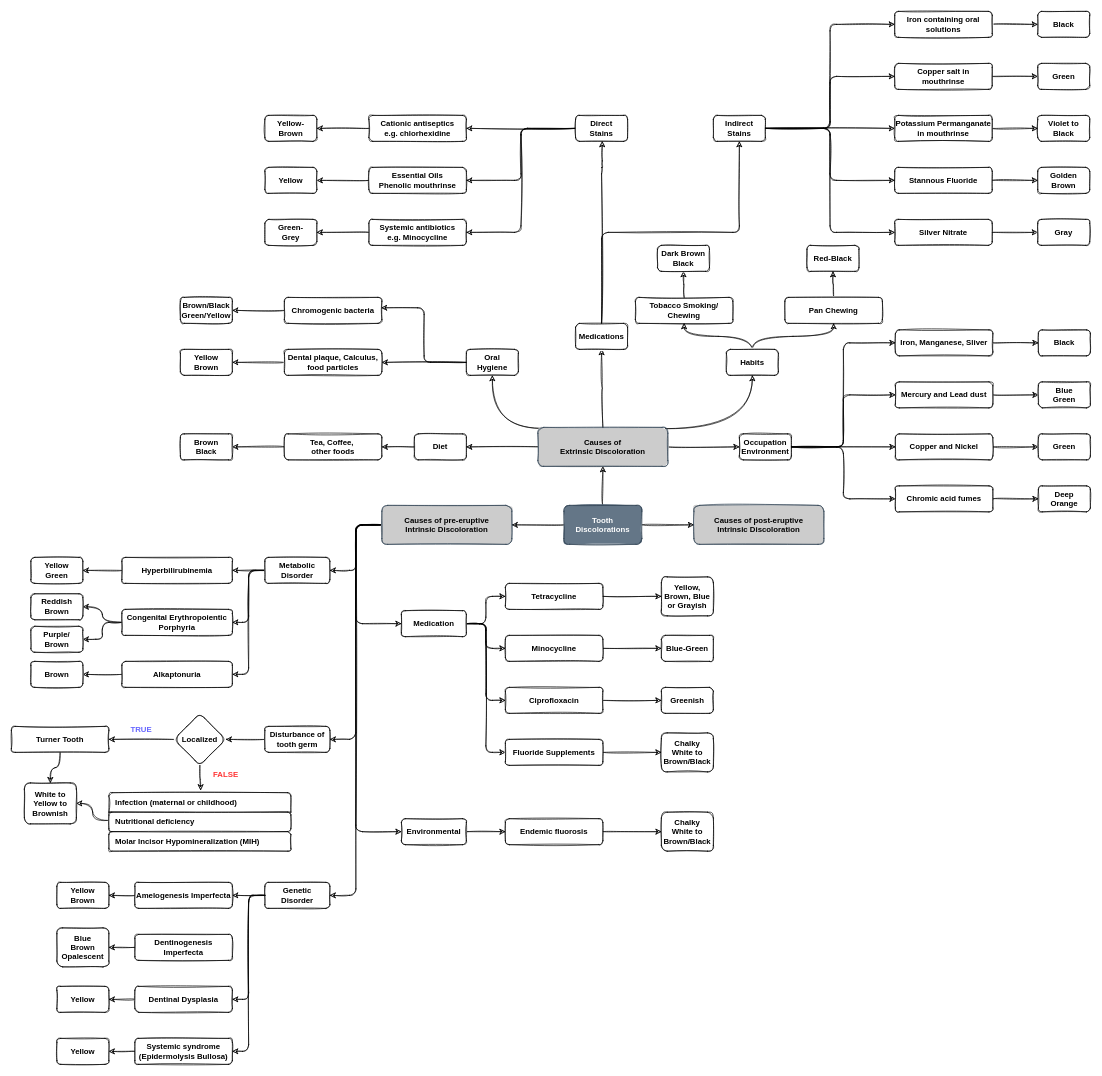
The draw.io diagram page "Etiology" (2 of 2) of Tooth Discolorations.drawio in Muhammad-Nabeel-Sh/Clinical-Decision-Making, before the edit. Source tidied: cells renumbered, new cells numbered last; positions are measured from the earlier drawing's top-left corner, leaving out a move shared by most shapes. Both pictures are drawn from the tidied source at 65%, with x=0, y=0 at pixel (11, 11).
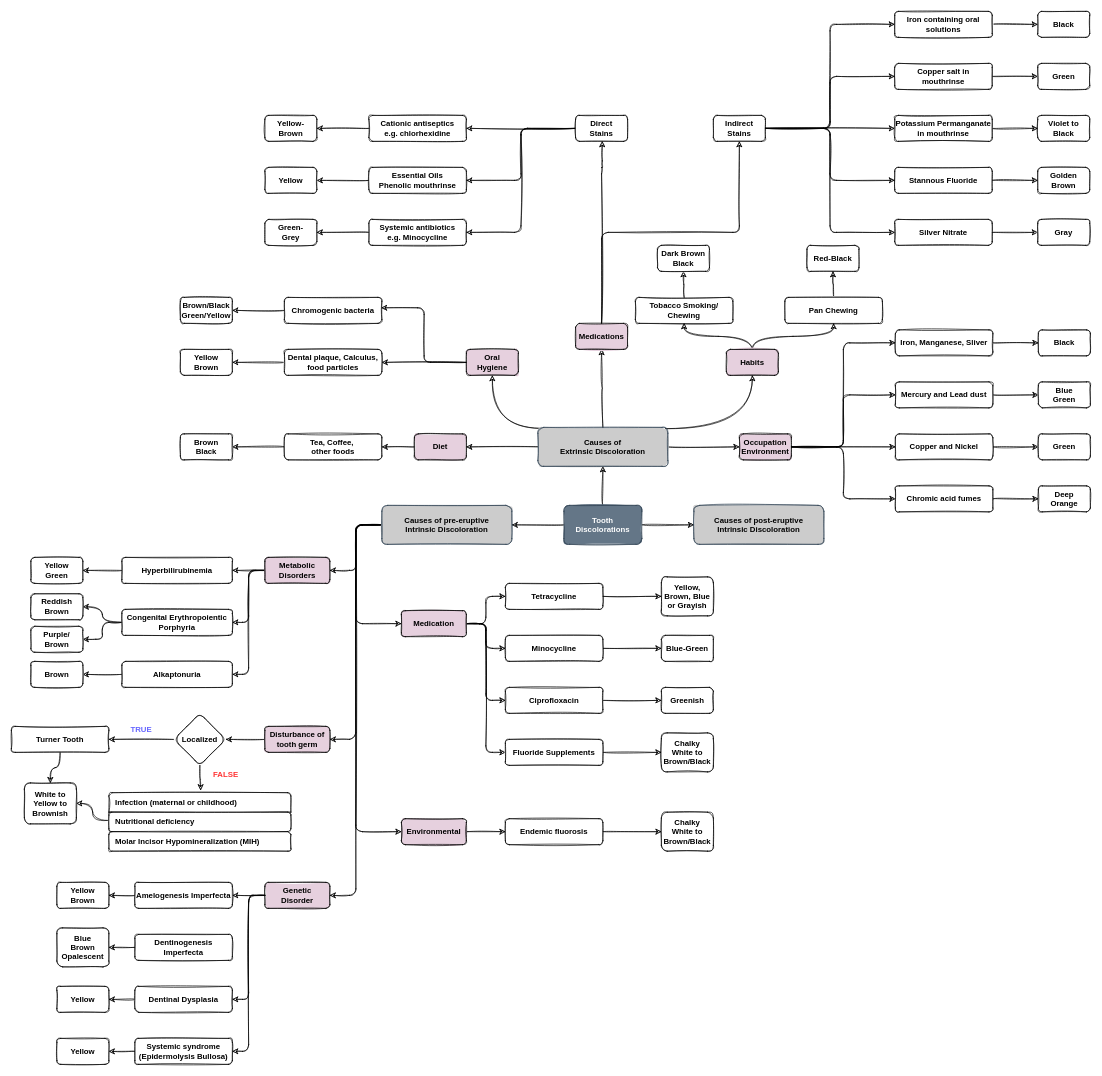
Above is the later version.

The edit, as a diff of the source:
```diff
@@
-    <mxCell id="20" value="Diet" style="whiteSpace=wrap;html=1;rounded=1;sketch=1;fontStyle=1;" parent="1" vertex="1">
+    <mxCell id="20" value="Diet" style="whiteSpace=wrap;html=1;rounded=1;sketch=1;fontStyle=1;fillColor=#E6D0DE;fillStyle=solid;" parent="1" vertex="1">
       <mxGeometry x="620" y="650" width="80" height="40" as="geometry" />
     </mxCell>
@@
-    <mxCell id="23" value="Oral &lt;br&gt;Hygiene" style="whiteSpace=wrap;html=1;rounded=1;sketch=1;fontStyle=1;" parent="1" vertex="1">
+    <mxCell id="23" value="Oral &lt;br&gt;Hygiene" style="whiteSpace=wrap;html=1;rounded=1;sketch=1;fontStyle=1;fillColor=#E6D0DE;fillStyle=solid;" parent="1" vertex="1">
       <mxGeometry x="700" y="520" width="80" height="40" as="geometry" />
     </mxCell>
@@
-    <mxCell id="26" value="Habits" style="whiteSpace=wrap;html=1;rounded=1;sketch=1;fontStyle=1;" parent="1" vertex="1">
+    <mxCell id="26" value="Habits" style="whiteSpace=wrap;html=1;rounded=1;sketch=1;fontStyle=1;fillColor=#E6D0DE;fillStyle=solid;" parent="1" vertex="1">
       <mxGeometry x="1100" y="520" width="80" height="40" as="geometry" />
     </mxCell>
@@
-    <mxCell id="29" value="Medications" style="whiteSpace=wrap;html=1;rounded=1;sketch=1;fontStyle=1;" parent="1" vertex="1">
+    <mxCell id="29" value="Medications" style="whiteSpace=wrap;html=1;rounded=1;sketch=1;fontStyle=1;fillColor=#E6D0DE;fillStyle=solid;" parent="1" vertex="1">
       <mxGeometry x="868" y="480" width="80" height="40" as="geometry" />
     </mxCell>
@@
-    <mxCell id="34" value="Occupation Environment" style="whiteSpace=wrap;html=1;rounded=1;sketch=1;fontStyle=1;" parent="1" vertex="1">
+    <mxCell id="34" value="Occupation Environment" style="whiteSpace=wrap;html=1;rounded=1;sketch=1;fontStyle=1;fillColor=#E6D0DE;fillStyle=solid;" parent="1" vertex="1">
       <mxGeometry x="1120" y="650" width="80" height="40" as="geometry" />
     </mxCell>
@@
-    <mxCell id="99" value="Metabolic Disorder" style="whiteSpace=wrap;html=1;rounded=1;sketch=1;fontStyle=1;" parent="1" vertex="1">
+    <mxCell id="99" value="Metabolic Disorders" style="whiteSpace=wrap;html=1;rounded=1;sketch=1;fontStyle=1;fillColor=#E6D0DE;fillStyle=solid;" parent="1" vertex="1">
       <mxGeometry x="390" y="840" width="100" height="40" as="geometry" />
     </mxCell>
@@
-    <mxCell id="111" value="Disturbance of tooth germ" style="whiteSpace=wrap;html=1;rounded=1;sketch=1;fontStyle=1;" parent="1" vertex="1">
+    <mxCell id="111" value="Disturbance of tooth germ" style="whiteSpace=wrap;html=1;rounded=1;sketch=1;fontStyle=1;fillColor=#E6D0DE;fillStyle=solid;" parent="1" vertex="1">
       <mxGeometry x="390" y="1100" width="100" height="40" as="geometry" />
     </mxCell>
@@
-    <mxCell id="128" value="Genetic &lt;br&gt;Disorder" style="whiteSpace=wrap;html=1;rounded=1;sketch=1;fontStyle=1;" parent="1" vertex="1">
+    <mxCell id="128" value="Genetic &lt;br&gt;Disorder" style="whiteSpace=wrap;html=1;rounded=1;sketch=1;fontStyle=1;fillColor=#E6D0DE;fillStyle=solid;" parent="1" vertex="1">
       <mxGeometry x="390" y="1340" width="100" height="40" as="geometry" />
     </mxCell>
@@
-    <mxCell id="147" value="Medication" style="whiteSpace=wrap;html=1;rounded=1;sketch=1;fontStyle=1;" parent="1" vertex="1">
+    <mxCell id="147" value="Medication" style="whiteSpace=wrap;html=1;rounded=1;sketch=1;fontStyle=1;fillColor=#E6D0DE;fillStyle=solid;" parent="1" vertex="1">
       <mxGeometry x="600" y="922" width="100" height="40" as="geometry" />
     </mxCell>
@@
-    <mxCell id="160" value="Environmental" style="whiteSpace=wrap;html=1;rounded=1;sketch=1;fontStyle=1;" parent="1" vertex="1">
+    <mxCell id="160" value="Environmental" style="whiteSpace=wrap;html=1;rounded=1;sketch=1;fontStyle=1;fillColor=#E6D0DE;fillStyle=solid;" parent="1" vertex="1">
       <mxGeometry x="600" y="1242" width="100" height="40" as="geometry" />
     </mxCell>
```
